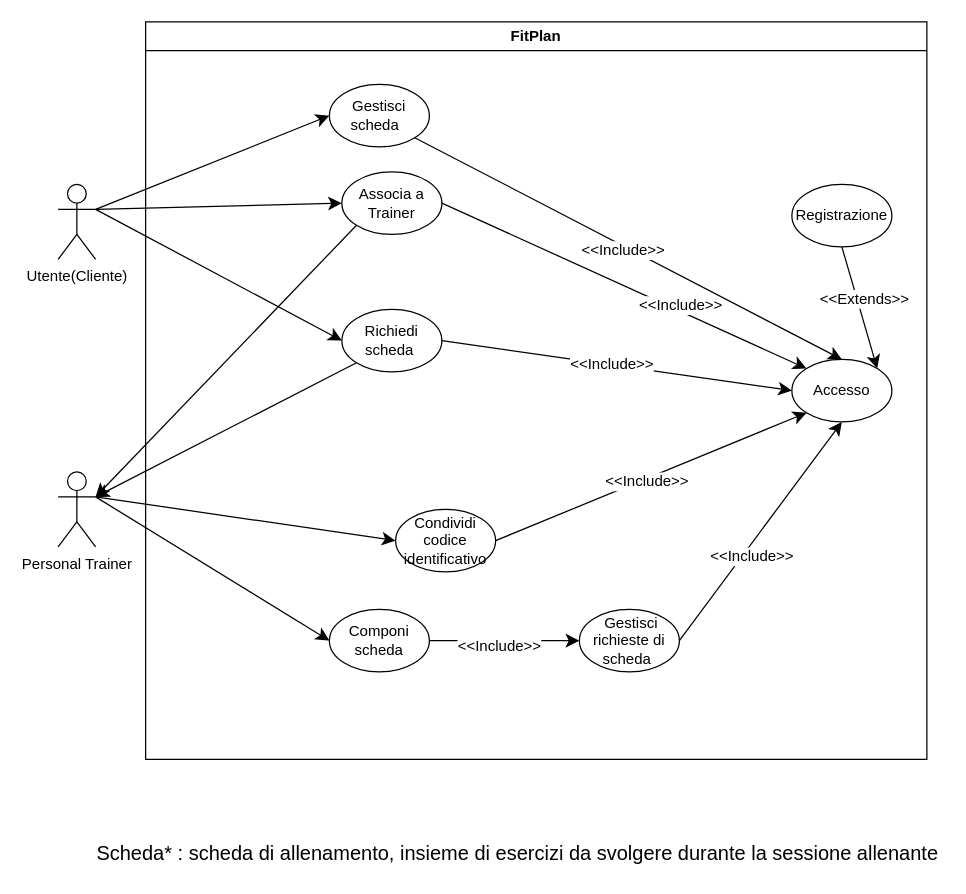
The draw.io diagram UseCaseDiagram/UseCaseDiagram.drawio in FedericoSib/FitPlan, before the edit. Source tidied: cells renumbered, new cells numbered last; positions are measured from the earlier drawing's top-left corner, leaving out a move shared by most shapes. Both pictures are drawn from the tidied source at 125%, with x=0, y=0 at pixel (58, 21).
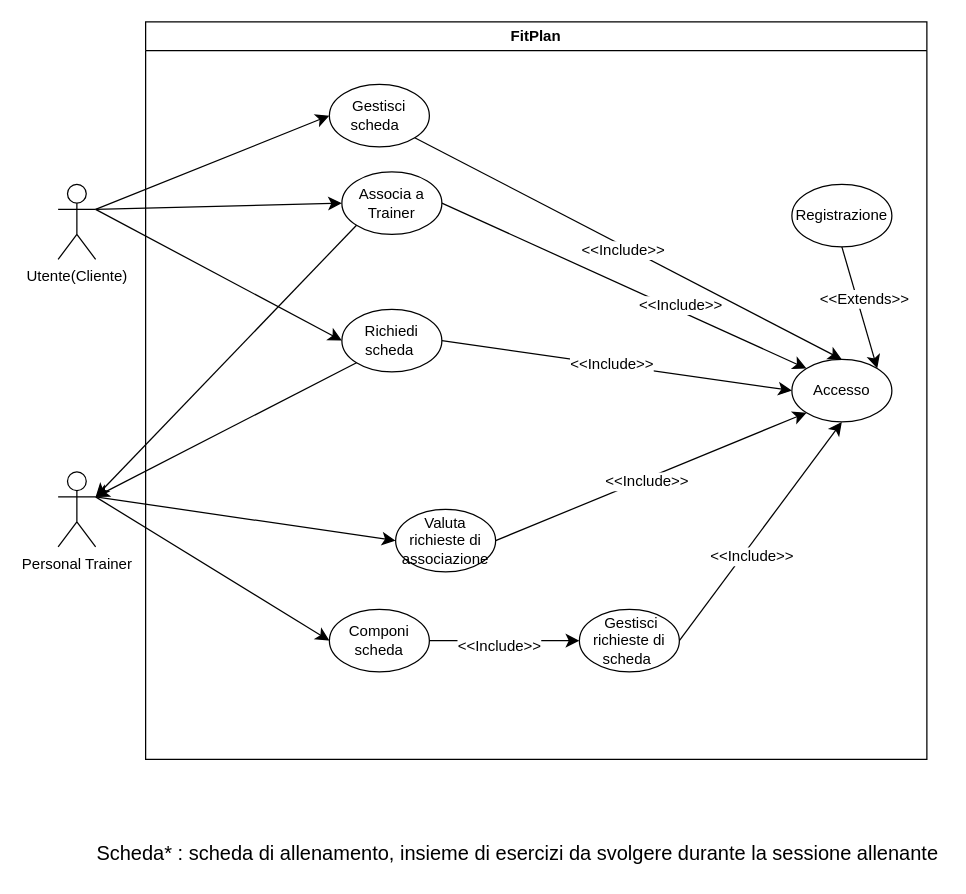
After the change.

Unchanged cells that the change refers to:
```xml
<mxCell id="2" value="FitPlan" style="swimlane;whiteSpace=wrap;html=1;" parent="1" vertex="1">
  <mxGeometry x="70" width="625" height="590" as="geometry" />
</mxCell>
```

Diff of the diagram source:
```diff
@@
-    <mxCell id="5" value="Condividi codice identificativo" style="ellipse;whiteSpace=wrap;html=1;" parent="2" vertex="1">
+    <mxCell id="5" value="Valuta richieste di associazione" style="ellipse;whiteSpace=wrap;html=1;" parent="2" vertex="1">
       <mxGeometry x="200" y="390" width="80" height="50" as="geometry" />
     </mxCell>
```
